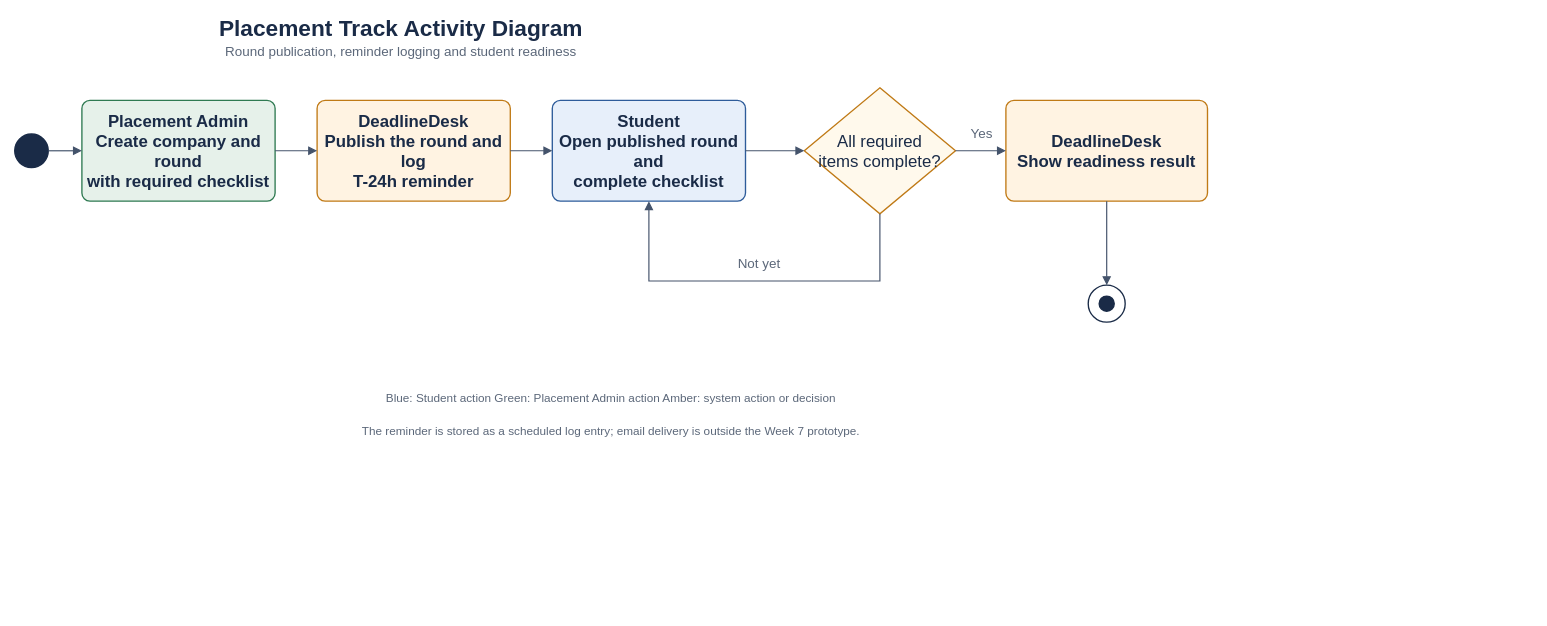
This is project-proposal/figures/activity-placement.drawio from aryanorastar/ucs503p-202627-deadlinedesk, a draw.io file, before an edit. Source tidied: cells renumbered, new cells numbered last; positions are measured from the earlier drawing's top-left corner, leaving out a move shared by most shapes. Both pictures are drawn from the tidied source at 84%, with x=0, y=0 at pixel (14, 14).
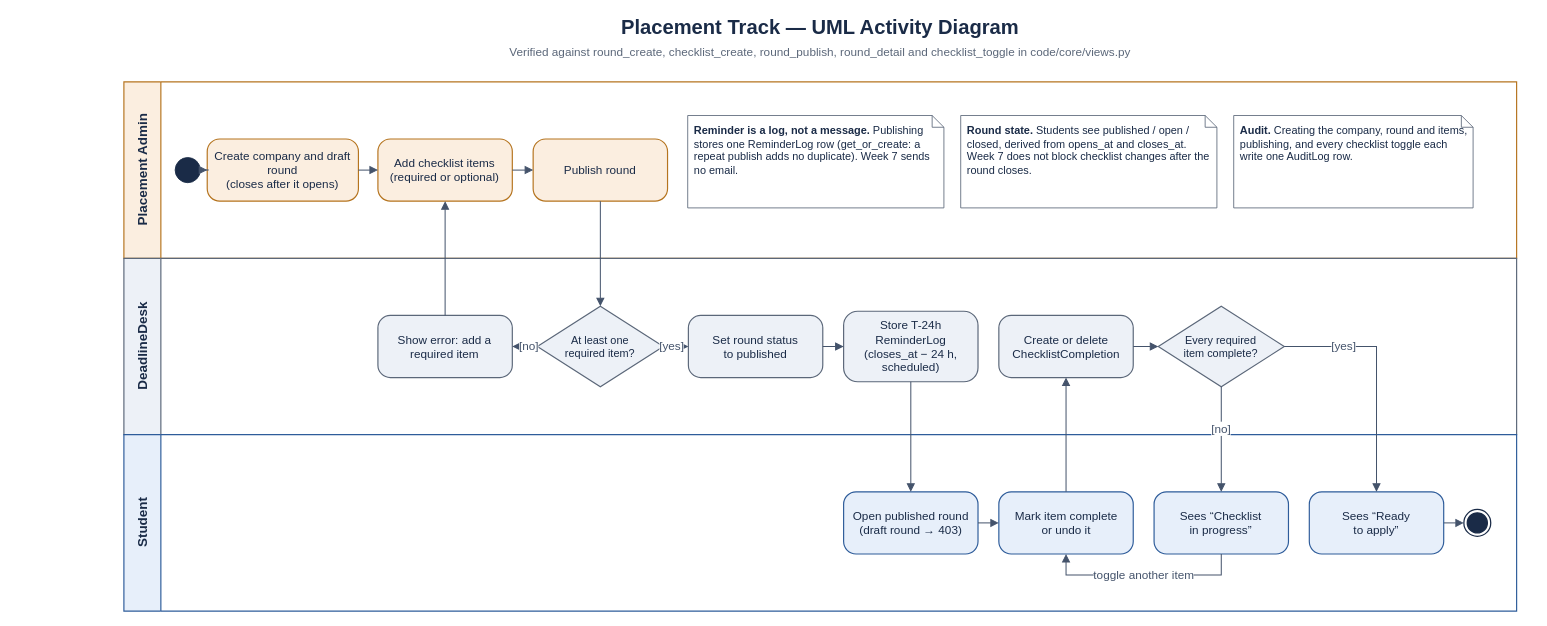
The same page after the edit.

Diff of the diagram source:
```diff
@@
-    <mxCell id="2" value="Placement Track Activity Diagram" style="text;html=1;whiteSpace=wrap;strokeColor=none;fillColor=none;fontColor=#1A2B47;fontSize=27;fontStyle=1;fontFamily=Helvetica;align=center;verticalAlign=middle;" parent="1" vertex="1">
-      <mxGeometry x="110" width="700" height="34" as="geometry" />
+    <mxCell id="2" value="Placement Track — UML Activity Diagram" style="text;html=1;whiteSpace=wrap;align=center;verticalAlign=middle;fontFamily=Helvetica;fontSize=24;fontColor=#1A2B47;fontStyle=1;" parent="1" vertex="1">
+      <mxGeometry x="110" width="1698" height="32" as="geometry" />
     </mxCell>
-    <mxCell id="3" value="Round publication, reminder logging and student readiness" style="text;html=1;whiteSpace=wrap;strokeColor=none;fillColor=none;fontColor=#5B6779;fontSize=16;fontStyle=0;fontFamily=Helvetica;align=center;verticalAlign=middle;" parent="1" vertex="1">
-      <mxGeometry x="60" y="32" width="800" height="24" as="geometry" />
-    </mxCell>
-    <mxCell id="4" style="ellipse;whiteSpace=wrap;html=1;fillColor=#1A2B47;strokeColor=#1A2B47;strokeWidth=1.6;fontColor=#1A2B47;fontSize=12;fontStyle=0;fontFamily=Helvetica;verticalAlign=middle;align=center;" parent="1" vertex="1">
-      <mxGeometry y="142" width="40" height="40" as="geometry" />
-    </mxCell>
-    <mxCell id="5" value="Placement Admin&lt;br&gt;Create company and round&lt;br&gt;with required checklist" style="rounded=1;whiteSpace=wrap;html=1;arcSize=8;fillColor=#E6F1EA;strokeColor=#2F7A52;strokeWidth=1.6;fontColor=#1A2B47;fontSize=20;fontStyle=1;fontFamily=Helvetica;verticalAlign=middle;align=center;" parent="1" vertex="1">
-      <mxGeometry x="80" y="102" width="230" height="120" as="geometry" />
-    </mxCell>
-    <mxCell id="6" value="DeadlineDesk&lt;br&gt;Publish the round and log&lt;br&gt;T-24h reminder" style="rounded=1;whiteSpace=wrap;html=1;arcSize=8;fillColor=#FFF3E2;strokeColor=#C07A16;strokeWidth=1.6;fontColor=#1A2B47;fontSize=20;fontStyle=1;fontFamily=Helvetica;verticalAlign=middle;align=center;" parent="1" vertex="1">
-      <mxGeometry x="360" y="102" width="230" height="120" as="geometry" />
-    </mxCell>
-    <mxCell id="7" value="Student&lt;br&gt;Open published round and&lt;br&gt;complete checklist" style="rounded=1;whiteSpace=wrap;html=1;arcSize=8;fillColor=#E7EFFA;strokeColor=#2E5C9A;strokeWidth=1.6;fontColor=#1A2B47;fontSize=20;fontStyle=1;fontFamily=Helvetica;verticalAlign=middle;align=center;" parent="1" vertex="1">
-      <mxGeometry x="640" y="102" width="230" height="120" as="geometry" />
-    </mxCell>
-    <mxCell id="8" value="All required&lt;br&gt;items complete?" style="rhombus;whiteSpace=wrap;html=1;fillColor=#FFF9EC;strokeColor=#C07A16;strokeWidth=1.6;fontColor=#1A2B47;fontSize=20;fontFamily=Helvetica;verticalAlign=middle;align=center;" parent="1" vertex="1">
-      <mxGeometry x="940" y="87" width="180" height="150" as="geometry" />
-    </mxCell>
-    <mxCell id="9" value="DeadlineDesk&lt;br&gt;Show readiness result" style="rounded=1;whiteSpace=wrap;html=1;arcSize=8;fillColor=#FFF3E2;strokeColor=#C07A16;strokeWidth=1.6;fontColor=#1A2B47;fontSize=20;fontStyle=1;fontFamily=Helvetica;verticalAlign=middle;align=center;" parent="1" vertex="1">
-      <mxGeometry x="1180" y="102" width="240" height="120" as="geometry" />
-    </mxCell>
-    <mxCell id="10" style="ellipse;whiteSpace=wrap;html=1;fillColor=#FFFFFF;strokeColor=#1A2B47;strokeWidth=1.6;fontColor=#1A2B47;fontSize=10;fontStyle=0;fontFamily=Helvetica;verticalAlign=middle;align=center;" parent="1" vertex="1">
-      <mxGeometry x="1278" y="322" width="44" height="44" as="geometry" />
-    </mxCell>
-    <mxCell id="11" style="ellipse;whiteSpace=wrap;html=1;fillColor=#1A2B47;strokeColor=#1A2B47;strokeWidth=1.6;fontColor=#1A2B47;fontSize=10;fontStyle=0;fontFamily=Helvetica;verticalAlign=middle;align=center;" parent="1" vertex="1">
-      <mxGeometry x="1291" y="335" width="18" height="18" as="geometry" />
-    </mxCell>
-    <mxCell id="12" value="Blue: Student action      Green: Placement Admin action      Amber: system action or decision" style="text;html=1;whiteSpace=wrap;strokeColor=none;fillColor=none;fontColor=#5B6779;fontSize=14;fontStyle=0;fontFamily=Helvetica;align=center;verticalAlign=middle;" parent="1" vertex="1">
-      <mxGeometry x="110" y="444" width="1200" height="26" as="geometry" />
-    </mxCell>
-    <mxCell id="13" value="The reminder is stored as a scheduled log entry; email delivery is outside the Week 7 prototype." style="text;html=1;whiteSpace=wrap;strokeColor=none;fillColor=none;fontColor=#5B6779;fontSize=14;fontStyle=0;fontFamily=Helvetica;align=center;verticalAlign=middle;" parent="1" vertex="1">
-      <mxGeometry x="120" y="482" width="1180" height="28" as="geometry" />
-    </mxCell>
-    <mxCell id="14" style="edgeStyle=none;rounded=0;html=1;exitX=1.0000;exitY=0.5000;exitDx=0;exitDy=0;exitPerimeter=0;entryX=0.0000;entryY=0.5000;entryDx=0;entryDy=0;entryPerimeter=0;strokeColor=#44536B;strokeWidth=1.4;endArrow=block;endFill=1;endSize=7;startArrow=none;fontColor=#5B6779;fontSize=16;fontFamily=Helvetica;" parent="1" edge="1" source="4" target="5">
-      <mxGeometry relative="1" as="geometry" />
-    </mxCell>
-    <mxCell id="15" style="edgeStyle=none;rounded=0;html=1;exitX=1.0000;exitY=0.5000;exitDx=0;exitDy=0;exitPerimeter=0;entryX=0.0000;entryY=0.5000;entryDx=0;entryDy=0;entryPerimeter=0;strokeColor=#44536B;strokeWidth=1.4;endArrow=block;endFill=1;endSize=7;startArrow=none;fontColor=#5B6779;fontSize=16;fontFamily=Helvetica;" parent="1" edge="1" source="5" target="6">
-      <mxGeometry relative="1" as="geometry" />
-    </mxCell>
-    <mxCell id="16" style="edgeStyle=none;rounded=0;html=1;exitX=1.0000;exitY=0.5000;exitDx=0;exitDy=0;exitPerimeter=0;entryX=0.0000;entryY=0.5000;entryDx=0;entryDy=0;entryPerimeter=0;strokeColor=#44536B;strokeWidth=1.4;endArrow=block;endFill=1;endSize=7;startArrow=none;fontColor=#5B6779;fontSize=16;fontFamily=Helvetica;" parent="1" edge="1" source="6" target="7">
-      <mxGeometry relative="1" as="geometry" />
-    </mxCell>
-    <mxCell id="17" style="edgeStyle=none;rounded=0;html=1;exitX=1.0000;exitY=0.5000;exitDx=0;exitDy=0;exitPerimeter=0;entryX=0.0000;entryY=0.5000;entryDx=0;entryDy=0;entryPerimeter=0;strokeColor=#44536B;strokeWidth=1.4;endArrow=block;endFill=1;endSize=7;startArrow=none;fontColor=#5B6779;fontSize=16;fontFamily=Helvetica;" parent="1" edge="1" source="7" target="8">
-      <mxGeometry relative="1" as="geometry" />
-    </mxCell>
-    <mxCell id="18" style="edgeStyle=none;rounded=0;html=1;exitX=1.0000;exitY=0.5000;exitDx=0;exitDy=0;exitPerimeter=0;entryX=0.0000;entryY=0.5000;entryDx=0;entryDy=0;entryPerimeter=0;strokeColor=#44536B;strokeWidth=1.4;endArrow=block;endFill=1;endSize=7;startArrow=none;fontColor=#5B6779;fontSize=16;fontFamily=Helvetica;" parent="1" edge="1" source="8" target="9">
-      <mxGeometry relative="1" as="geometry" />
-    </mxCell>
-    <mxCell id="19" value="Yes" style="edgeLabel;html=1;align=center;verticalAlign=middle;fontColor=#5B6779;fontSize=16;fontFamily=Helvetica;labelBackgroundColor=#FFFFFF;" parent="18" vertex="1">
-      <mxGeometry relative="1" as="geometry">
-        <mxPoint y="-22" as="offset" />
-      </mxGeometry>
-    </mxCell>
-    <mxCell id="20" style="edgeStyle=none;rounded=0;html=1;exitX=0.5000;exitY=1.0000;exitDx=0;exitDy=0;exitPerimeter=0;entryX=0.5000;entryY=1.0000;entryDx=0;entryDy=0;entryPerimeter=0;strokeColor=#44536B;strokeWidth=1.4;endArrow=block;endFill=1;endSize=7;startArrow=none;fontColor=#5B6779;fontSize=16;fontFamily=Helvetica;" parent="1" edge="1" source="8" target="7">
-      <mxGeometry relative="1" as="geometry">
-        <Array as="points">
-          <mxPoint x="1030" y="317" />
-          <mxPoint x="755" y="317" />
-        </Array>
-      </mxGeometry>
-    </mxCell>
-    <mxCell id="21" value="Not yet" style="edgeLabel;html=1;align=center;verticalAlign=middle;fontColor=#5B6779;fontSize=16;fontFamily=Helvetica;labelBackgroundColor=#FFFFFF;" parent="20" vertex="1">
-      <mxGeometry relative="1" as="geometry">
-        <mxPoint y="-22" as="offset" />
-      </mxGeometry>
-    </mxCell>
-    <mxCell id="22" style="edgeStyle=none;rounded=0;html=1;exitX=0.5000;exitY=1.0000;exitDx=0;exitDy=0;exitPerimeter=0;entryX=0.5000;entryY=0.0000;entryDx=0;entryDy=0;entryPerimeter=0;strokeColor=#44536B;strokeWidth=1.4;endArrow=block;endFill=1;endSize=7;startArrow=none;fontColor=#5B6779;fontSize=16;fontFamily=Helvetica;" parent="1" edge="1" source="9" target="10">
-      <mxGeometry relative="1" as="geometry" />
-    </mxCell>
+    <mxCell id="23" value="Verified against round_create, checklist_create, round_publish, round_detail and checklist_toggle in code/core/views.py" style="text;html=1;whiteSpace=wrap;align=center;verticalAlign=middle;fontFamily=Helvetica;fontSize=14;fontColor=#5B6779;" parent="1" vertex="1">
+      <mxGeometry x="110" y="34" width="1698" height="22" as="geometry" />
+    </mxCell>
+    <mxCell id="24" value="Placement Admin" style="swimlane;html=1;horizontal=0;startSize=44;fillColor=#FBEEE0;swimlaneFillColor=#FFFFFF;strokeColor=#B5741F;strokeWidth=1.4;fontFamily=Helvetica;fontSize=16;fontStyle=1;fontColor=#1A2B47;" parent="1" vertex="1">
+      <mxGeometry x="130" y="80" width="1658" height="210" as="geometry" />
+    </mxCell>
+    <mxCell id="25" value="DeadlineDesk" style="swimlane;html=1;horizontal=0;startSize=44;fillColor=#EDF1F7;swimlaneFillColor=#FFFFFF;strokeColor=#5B6779;strokeWidth=1.4;fontFamily=Helvetica;fontSize=16;fontStyle=1;fontColor=#1A2B47;" parent="1" vertex="1">
+      <mxGeometry x="130" y="290" width="1658" height="210" as="geometry" />
+    </mxCell>
+    <mxCell id="26" value="Student" style="swimlane;html=1;horizontal=0;startSize=44;fillColor=#E7EFFA;swimlaneFillColor=#FFFFFF;strokeColor=#2E5C9A;strokeWidth=1.4;fontFamily=Helvetica;fontSize=16;fontStyle=1;fontColor=#1A2B47;" parent="1" vertex="1">
+      <mxGeometry x="130" y="500" width="1658" height="210" as="geometry" />
+    </mxCell>
+    <mxCell id="27" style="ellipse;html=1;fillColor=#1A2B47;strokeColor=#1A2B47;" parent="1" vertex="1">
+      <mxGeometry x="191" y="170" width="30" height="30" as="geometry" />
+    </mxCell>
+    <mxCell id="28" value="Create company and draft round&lt;br&gt;(closes after it opens)" style="rounded=1;arcSize=10;whiteSpace=wrap;html=1;fillColor=#FBEEE0;strokeColor=#B5741F;strokeWidth=1.4;fontFamily=Helvetica;fontColor=#1A2B47;fontSize=14;arcSize=20;" parent="1" vertex="1">
+      <mxGeometry x="229.2" y="148" width="180" height="74" as="geometry" />
+    </mxCell>
+    <mxCell id="29" value="Add checklist items&lt;br&gt;(required or optional)" style="rounded=1;arcSize=10;whiteSpace=wrap;html=1;fillColor=#FBEEE0;strokeColor=#B5741F;strokeWidth=1.4;fontFamily=Helvetica;fontColor=#1A2B47;fontSize=14;arcSize=20;" parent="1" vertex="1">
+      <mxGeometry x="432.4" y="148" width="160" height="74" as="geometry" />
+    </mxCell>
+    <mxCell id="30" value="Publish round" style="rounded=1;arcSize=10;whiteSpace=wrap;html=1;fillColor=#FBEEE0;strokeColor=#B5741F;strokeWidth=1.4;fontFamily=Helvetica;fontColor=#1A2B47;fontSize=14;arcSize=20;" parent="1" vertex="1">
+      <mxGeometry x="617.2" y="148" width="160" height="74" as="geometry" />
+    </mxCell>
+    <mxCell id="31" value="Show error: add a&lt;br&gt;required item" style="rounded=1;arcSize=10;whiteSpace=wrap;html=1;fillColor=#EDF1F7;strokeColor=#5B6779;strokeWidth=1.4;fontFamily=Helvetica;fontColor=#1A2B47;fontSize=14;arcSize=20;" parent="1" vertex="1">
+      <mxGeometry x="432.4" y="358" width="160" height="74" as="geometry" />
+    </mxCell>
+    <mxCell id="32" value="At least one&lt;br&gt;required item?" style="rhombus;whiteSpace=wrap;html=1;fillColor=#EDF1F7;strokeColor=#5B6779;strokeWidth=1.4;fontFamily=Helvetica;fontColor=#1A2B47;fontSize=13;" parent="1" vertex="1">
+      <mxGeometry x="622.2" y="347" width="150" height="96" as="geometry" />
+    </mxCell>
+    <mxCell id="33" value="Set round status&lt;br&gt;to published" style="rounded=1;arcSize=10;whiteSpace=wrap;html=1;fillColor=#EDF1F7;strokeColor=#5B6779;strokeWidth=1.4;fontFamily=Helvetica;fontColor=#1A2B47;fontSize=14;arcSize=20;" parent="1" vertex="1">
+      <mxGeometry x="802" y="358" width="160" height="74" as="geometry" />
+    </mxCell>
+    <mxCell id="34" value="Store T-24h ReminderLog&lt;br&gt;(closes_at − 24 h,&lt;br&gt;scheduled)" style="rounded=1;arcSize=10;whiteSpace=wrap;html=1;fillColor=#EDF1F7;strokeColor=#5B6779;strokeWidth=1.4;fontFamily=Helvetica;fontColor=#1A2B47;fontSize=14;arcSize=20;" parent="1" vertex="1">
+      <mxGeometry x="986.8" y="353" width="160" height="84" as="geometry" />
+    </mxCell>
+    <mxCell id="35" value="Open published round&lt;br&gt;(draft round → 403)" style="rounded=1;arcSize=10;whiteSpace=wrap;html=1;fillColor=#E7EFFA;strokeColor=#2E5C9A;strokeWidth=1.4;fontFamily=Helvetica;fontColor=#1A2B47;fontSize=14;arcSize=20;" parent="1" vertex="1">
+      <mxGeometry x="986.8" y="568" width="160" height="74" as="geometry" />
+    </mxCell>
+    <mxCell id="36" value="Mark item complete&lt;br&gt;or undo it" style="rounded=1;arcSize=10;whiteSpace=wrap;html=1;fillColor=#E7EFFA;strokeColor=#2E5C9A;strokeWidth=1.4;fontFamily=Helvetica;fontColor=#1A2B47;fontSize=14;arcSize=20;" parent="1" vertex="1">
+      <mxGeometry x="1171.6" y="568" width="160" height="74" as="geometry" />
+    </mxCell>
+    <mxCell id="37" value="Create or delete&lt;br&gt;ChecklistCompletion" style="rounded=1;arcSize=10;whiteSpace=wrap;html=1;fillColor=#EDF1F7;strokeColor=#5B6779;strokeWidth=1.4;fontFamily=Helvetica;fontColor=#1A2B47;fontSize=14;arcSize=20;" parent="1" vertex="1">
+      <mxGeometry x="1171.6" y="358" width="160" height="74" as="geometry" />
+    </mxCell>
+    <mxCell id="38" value="Every required&lt;br&gt;item complete?" style="rhombus;whiteSpace=wrap;html=1;fillColor=#EDF1F7;strokeColor=#5B6779;strokeWidth=1.4;fontFamily=Helvetica;fontColor=#1A2B47;fontSize=13;" parent="1" vertex="1">
+      <mxGeometry x="1361.4" y="347" width="150" height="96" as="geometry" />
+    </mxCell>
+    <mxCell id="39" value="Sees “Checklist&lt;br&gt;in progress”" style="rounded=1;arcSize=10;whiteSpace=wrap;html=1;fillColor=#E7EFFA;strokeColor=#2E5C9A;strokeWidth=1.4;fontFamily=Helvetica;fontColor=#1A2B47;fontSize=14;arcSize=20;" parent="1" vertex="1">
+      <mxGeometry x="1356.4" y="568" width="160" height="74" as="geometry" />
+    </mxCell>
+    <mxCell id="40" value="Sees “Ready&lt;br&gt;to apply”" style="rounded=1;arcSize=10;whiteSpace=wrap;html=1;fillColor=#E7EFFA;strokeColor=#2E5C9A;strokeWidth=1.4;fontFamily=Helvetica;fontColor=#1A2B47;fontSize=14;arcSize=20;" parent="1" vertex="1">
+      <mxGeometry x="1541.2" y="568" width="160" height="74" as="geometry" />
+    </mxCell>
+    <mxCell id="41" style="ellipse;html=1;shape=endState;fillColor=#1A2B47;strokeColor=#1A2B47;strokeWidth=1.5;" parent="1" vertex="1">
+      <mxGeometry x="1725.2" y="589" width="32" height="32" as="geometry" />
+    </mxCell>
+    <mxCell id="42" style="edgeStyle=orthogonalEdgeStyle;rounded=0;html=1;endArrow=block;endFill=1;endSize=7;strokeColor=#44536B;strokeWidth=1.2;fontFamily=Helvetica;fontSize=14;fontColor=#44536B;labelBackgroundColor=#FFFFFF;" parent="1" edge="1" source="27" target="28">
+      <mxGeometry relative="1" as="geometry" />
+    </mxCell>
+    <mxCell id="43" style="edgeStyle=orthogonalEdgeStyle;rounded=0;html=1;endArrow=block;endFill=1;endSize=7;strokeColor=#44536B;strokeWidth=1.2;fontFamily=Helvetica;fontSize=14;fontColor=#44536B;labelBackgroundColor=#FFFFFF;" parent="1" edge="1" source="28" target="29">
+      <mxGeometry relative="1" as="geometry" />
+    </mxCell>
+    <mxCell id="44" style="edgeStyle=orthogonalEdgeStyle;rounded=0;html=1;endArrow=block;endFill=1;endSize=7;strokeColor=#44536B;strokeWidth=1.2;fontFamily=Helvetica;fontSize=14;fontColor=#44536B;labelBackgroundColor=#FFFFFF;" parent="1" edge="1" source="29" target="30">
+      <mxGeometry relative="1" as="geometry" />
+    </mxCell>
+    <mxCell id="45" style="edgeStyle=orthogonalEdgeStyle;rounded=0;html=1;endArrow=block;endFill=1;endSize=7;strokeColor=#44536B;strokeWidth=1.2;fontFamily=Helvetica;fontSize=14;fontColor=#44536B;labelBackgroundColor=#FFFFFF;exitX=0.5;exitY=1;exitDx=0;exitDy=0;entryX=0.5;entryY=0;entryDx=0;entryDy=0;" parent="1" edge="1" source="30" target="32">
+      <mxGeometry relative="1" as="geometry" />
+    </mxCell>
+    <mxCell id="46" value="[no]" style="edgeStyle=orthogonalEdgeStyle;rounded=0;html=1;endArrow=block;endFill=1;endSize=7;strokeColor=#44536B;strokeWidth=1.2;fontFamily=Helvetica;fontSize=14;fontColor=#44536B;labelBackgroundColor=#FFFFFF;exitX=0;exitY=0.5;exitDx=0;exitDy=0;entryX=1;entryY=0.5;entryDx=0;entryDy=0;" parent="1" edge="1" source="32" target="31">
+      <mxGeometry x="-0.3" relative="1" as="geometry" />
+    </mxCell>
+    <mxCell id="47" style="edgeStyle=orthogonalEdgeStyle;rounded=0;html=1;endArrow=block;endFill=1;endSize=7;strokeColor=#44536B;strokeWidth=1.2;fontFamily=Helvetica;fontSize=14;fontColor=#44536B;labelBackgroundColor=#FFFFFF;exitX=0.5;exitY=0;exitDx=0;exitDy=0;entryX=0.5;entryY=1;entryDx=0;entryDy=0;" parent="1" edge="1" source="31" target="29">
+      <mxGeometry relative="1" as="geometry" />
+    </mxCell>
+    <mxCell id="48" value="[yes]" style="edgeStyle=orthogonalEdgeStyle;rounded=0;html=1;endArrow=block;endFill=1;endSize=7;strokeColor=#44536B;strokeWidth=1.2;fontFamily=Helvetica;fontSize=14;fontColor=#44536B;labelBackgroundColor=#FFFFFF;exitX=1;exitY=0.5;exitDx=0;exitDy=0;entryX=0;entryY=0.5;entryDx=0;entryDy=0;" parent="1" edge="1" source="32" target="33">
+      <mxGeometry x="-0.3" relative="1" as="geometry" />
+    </mxCell>
+    <mxCell id="49" style="edgeStyle=orthogonalEdgeStyle;rounded=0;html=1;endArrow=block;endFill=1;endSize=7;strokeColor=#44536B;strokeWidth=1.2;fontFamily=Helvetica;fontSize=14;fontColor=#44536B;labelBackgroundColor=#FFFFFF;" parent="1" edge="1" source="33" target="34">
+      <mxGeometry relative="1" as="geometry" />
+    </mxCell>
+    <mxCell id="50" style="edgeStyle=orthogonalEdgeStyle;rounded=0;html=1;endArrow=block;endFill=1;endSize=7;strokeColor=#44536B;strokeWidth=1.2;fontFamily=Helvetica;fontSize=14;fontColor=#44536B;labelBackgroundColor=#FFFFFF;exitX=0.5;exitY=1;exitDx=0;exitDy=0;entryX=0.5;entryY=0;entryDx=0;entryDy=0;" parent="1" edge="1" source="34" target="35">
+      <mxGeometry relative="1" as="geometry" />
+    </mxCell>
+    <mxCell id="51" style="edgeStyle=orthogonalEdgeStyle;rounded=0;html=1;endArrow=block;endFill=1;endSize=7;strokeColor=#44536B;strokeWidth=1.2;fontFamily=Helvetica;fontSize=14;fontColor=#44536B;labelBackgroundColor=#FFFFFF;" parent="1" edge="1" source="35" target="36">
+      <mxGeometry relative="1" as="geometry" />
+    </mxCell>
+    <mxCell id="52" style="edgeStyle=orthogonalEdgeStyle;rounded=0;html=1;endArrow=block;endFill=1;endSize=7;strokeColor=#44536B;strokeWidth=1.2;fontFamily=Helvetica;fontSize=14;fontColor=#44536B;labelBackgroundColor=#FFFFFF;exitX=0.5;exitY=0;exitDx=0;exitDy=0;entryX=0.5;entryY=1;entryDx=0;entryDy=0;" parent="1" edge="1" source="36" target="37">
+      <mxGeometry relative="1" as="geometry" />
+    </mxCell>
+    <mxCell id="53" style="edgeStyle=orthogonalEdgeStyle;rounded=0;html=1;endArrow=block;endFill=1;endSize=7;strokeColor=#44536B;strokeWidth=1.2;fontFamily=Helvetica;fontSize=14;fontColor=#44536B;labelBackgroundColor=#FFFFFF;" parent="1" edge="1" source="37" target="38">
+      <mxGeometry relative="1" as="geometry" />
+    </mxCell>
+    <mxCell id="54" value="[no]" style="edgeStyle=orthogonalEdgeStyle;rounded=0;html=1;endArrow=block;endFill=1;endSize=7;strokeColor=#44536B;strokeWidth=1.2;fontFamily=Helvetica;fontSize=14;fontColor=#44536B;labelBackgroundColor=#FFFFFF;exitX=0.5;exitY=1;exitDx=0;exitDy=0;entryX=0.5;entryY=0;entryDx=0;entryDy=0;" parent="1" edge="1" source="38" target="39">
+      <mxGeometry x="-0.2" relative="1" as="geometry" />
+    </mxCell>
+    <mxCell id="55" value="toggle another item" style="edgeStyle=orthogonalEdgeStyle;rounded=0;html=1;endArrow=block;endFill=1;endSize=7;strokeColor=#44536B;strokeWidth=1.2;fontFamily=Helvetica;fontSize=14;fontColor=#44536B;labelBackgroundColor=#FFFFFF;exitX=0.5;exitY=1;exitDx=0;exitDy=0;entryX=0.5;entryY=1;entryDx=0;entryDy=0;" parent="1" edge="1" source="39" target="36">
+      <mxGeometry relative="1" as="geometry">
+        <Array as="points">
+          <mxPoint x="1436.4" y="667" />
+          <mxPoint x="1251.6" y="667" />
+        </Array>
+      </mxGeometry>
+    </mxCell>
+    <mxCell id="56" value="[yes]" style="edgeStyle=orthogonalEdgeStyle;rounded=0;html=1;endArrow=block;endFill=1;endSize=7;strokeColor=#44536B;strokeWidth=1.2;fontFamily=Helvetica;fontSize=14;fontColor=#44536B;labelBackgroundColor=#FFFFFF;exitX=1;exitY=0.5;exitDx=0;exitDy=0;entryX=0.5;entryY=0;entryDx=0;entryDy=0;" parent="1" edge="1" source="38" target="40">
+      <mxGeometry x="-0.5" relative="1" as="geometry">
+        <Array as="points">
+          <mxPoint x="1621.2" y="395" />
+        </Array>
+      </mxGeometry>
+    </mxCell>
+    <mxCell id="57" style="edgeStyle=orthogonalEdgeStyle;rounded=0;html=1;endArrow=block;endFill=1;endSize=7;strokeColor=#44536B;strokeWidth=1.2;fontFamily=Helvetica;fontSize=14;fontColor=#44536B;labelBackgroundColor=#FFFFFF;" parent="1" edge="1" source="40" target="41">
+      <mxGeometry relative="1" as="geometry" />
+    </mxCell>
+    <mxCell id="58" value="&lt;b&gt;Reminder is a log, not a message.&lt;/b&gt; Publishing stores one ReminderLog row (get_or_create: a repeat publish adds no duplicate). Week 7 sends no email." style="shape=note;size=14;whiteSpace=wrap;html=1;fillColor=#FFFFFF;strokeColor=#5B6779;fontFamily=Helvetica;fontColor=#1A2B47;fontSize=13;align=left;verticalAlign=top;spacingLeft=6;spacingRight=6;spacingTop=4;" parent="1" vertex="1">
+      <mxGeometry x="801.2" y="120" width="305" height="110" as="geometry" />
+    </mxCell>
+    <mxCell id="59" value="&lt;b&gt;Round state.&lt;/b&gt; Students see published / open / closed, derived from opens_at and closes_at. Week 7 does not block checklist changes after the round closes." style="shape=note;size=14;whiteSpace=wrap;html=1;fillColor=#FFFFFF;strokeColor=#5B6779;fontFamily=Helvetica;fontColor=#1A2B47;fontSize=13;align=left;verticalAlign=top;spacingLeft=6;spacingRight=6;spacingTop=4;" parent="1" vertex="1">
+      <mxGeometry x="1126.2" y="120" width="305" height="110" as="geometry" />
+    </mxCell>
+    <mxCell id="60" value="&lt;b&gt;Audit.&lt;/b&gt; Creating the company, round and items, publishing, and every checklist toggle each write one AuditLog row." style="shape=note;size=14;whiteSpace=wrap;html=1;fillColor=#FFFFFF;strokeColor=#5B6779;fontFamily=Helvetica;fontColor=#1A2B47;fontSize=13;align=left;verticalAlign=top;spacingLeft=6;spacingRight=6;spacingTop=4;" parent="1" vertex="1">
+      <mxGeometry x="1451.2" y="120" width="285" height="110" as="geometry" />
+    </mxCell>
```
